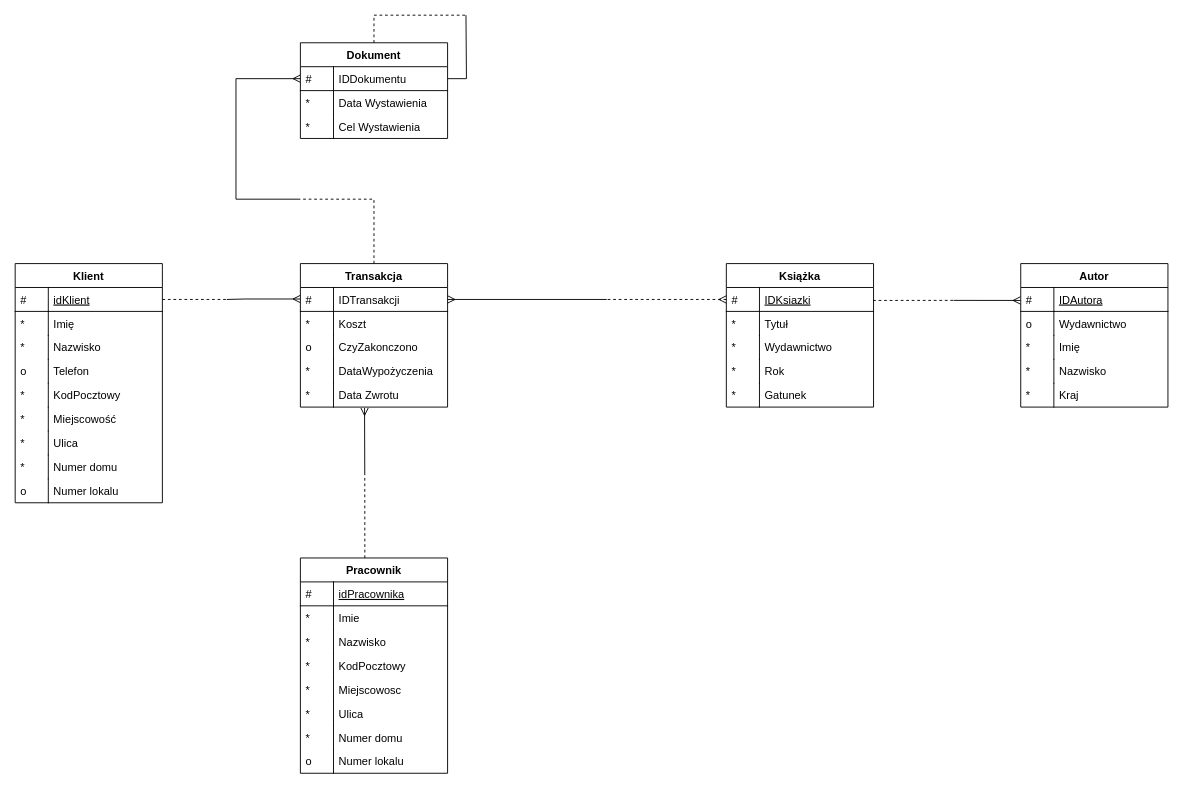
Moluk34/Studia keeps this draw.io diagram as BazyDanych/Model ERD.drawio. Above is the earlier version. Source tidied: cells renumbered, new cells numbered last; positions are measured from the earlier drawing's top-left corner, leaving out a move shared by most shapes. Both pictures are drawn from the tidied source at 92%, with x=0, y=0 at pixel (15, 15).
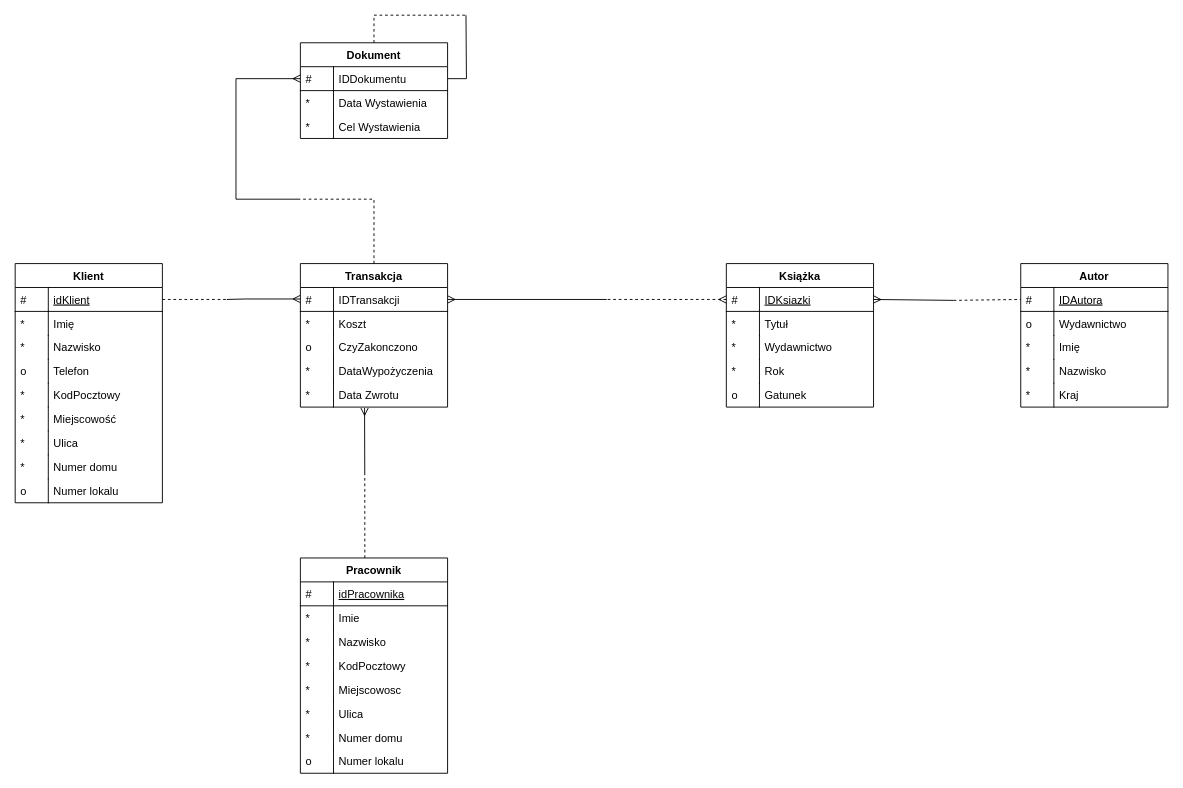
The same page after the edit.

The change refers to these unchanged cells:
```xml
<mxCell id="3" value="IDKsiazki" style="shape=partialRectangle;top=0;left=0;right=0;bottom=1;align=left;verticalAlign=top;fillColor=none;spacingLeft=40;spacingRight=4;overflow=hidden;points=[[0,0.5],[1,0.5]];portConstraint=eastwest;rounded=0;shadow=0;strokeWidth=1;fontStyle=4;" parent="2" vertex="1">
  <mxGeometry y="26" width="160" height="26" as="geometry" />
</mxCell>
<mxCell id="11" value="Gatunek" style="shape=partialRectangle;top=0;left=0;right=0;bottom=0;align=left;verticalAlign=top;fillColor=none;spacingLeft=40;spacingRight=4;overflow=hidden;rounded=0;shadow=0;strokeWidth=1;" parent="2" vertex="1">
  <mxGeometry y="130" width="160" height="26" as="geometry" />
</mxCell>
<mxCell id="15" value="IDAutora" style="shape=partialRectangle;top=0;left=0;right=0;bottom=1;align=left;verticalAlign=top;fillColor=none;spacingLeft=40;spacingRight=4;overflow=hidden;points=[[0,0.5],[1,0.5]];portConstraint=eastwest;rounded=0;shadow=0;strokeWidth=1;fontStyle=4;" parent="14" vertex="1">
  <mxGeometry y="26" width="160" height="26" as="geometry" />
</mxCell>
```

Change to the diagram source:
```diff
@@
-    <mxCell id="12" value="*" style="shape=partialRectangle;top=0;left=0;bottom=0;fillColor=none;align=left;verticalAlign=top;spacingLeft=4;spacingRight=4;overflow=hidden;" parent="11" vertex="1">
+    <mxCell id="12" value="o" style="shape=partialRectangle;top=0;left=0;bottom=0;fillColor=none;align=left;verticalAlign=top;spacingLeft=4;spacingRight=4;overflow=hidden;" parent="11" vertex="1">
       <mxGeometry width="36" height="26" as="geometry" />
     </mxCell>
@@
-    <mxCell id="88" style="endArrow=none;dashed=1;html=1;strokeColor=#000000;exitX=0.997;exitY=0.541;exitDx=0;exitDy=0;exitPerimeter=0;" parent="1" edge="1" source="3">
+    <mxCell id="88" style="endArrow=none;dashed=1;html=1;strokeColor=#000000;entryX=0;entryY=0.5;entryDx=0;entryDy=0;" parent="1" edge="1" target="15">
       <mxGeometry relative="1" as="geometry">
-        <mxPoint x="1020" y="310" as="targetPoint" />
+        <mxPoint x="1020" y="310" as="sourcePoint" />
       </mxGeometry>
     </mxCell>
-    <mxCell id="89" style="endArrow=ERmany;html=1;strokeColor=#000000;entryX=-0.002;entryY=0.541;entryDx=0;entryDy=0;entryPerimeter=0;endFill=0;" parent="1" edge="1" target="15">
+    <mxCell id="89" style="endArrow=ERmany;html=1;strokeColor=#000000;entryX=1;entryY=0.5;entryDx=0;entryDy=0;endFill=0;" parent="1" edge="1" target="3">
       <mxGeometry relative="1" as="geometry">
         <mxPoint x="1020" y="310" as="sourcePoint" />
       </mxGeometry>
     </mxCell>
```
